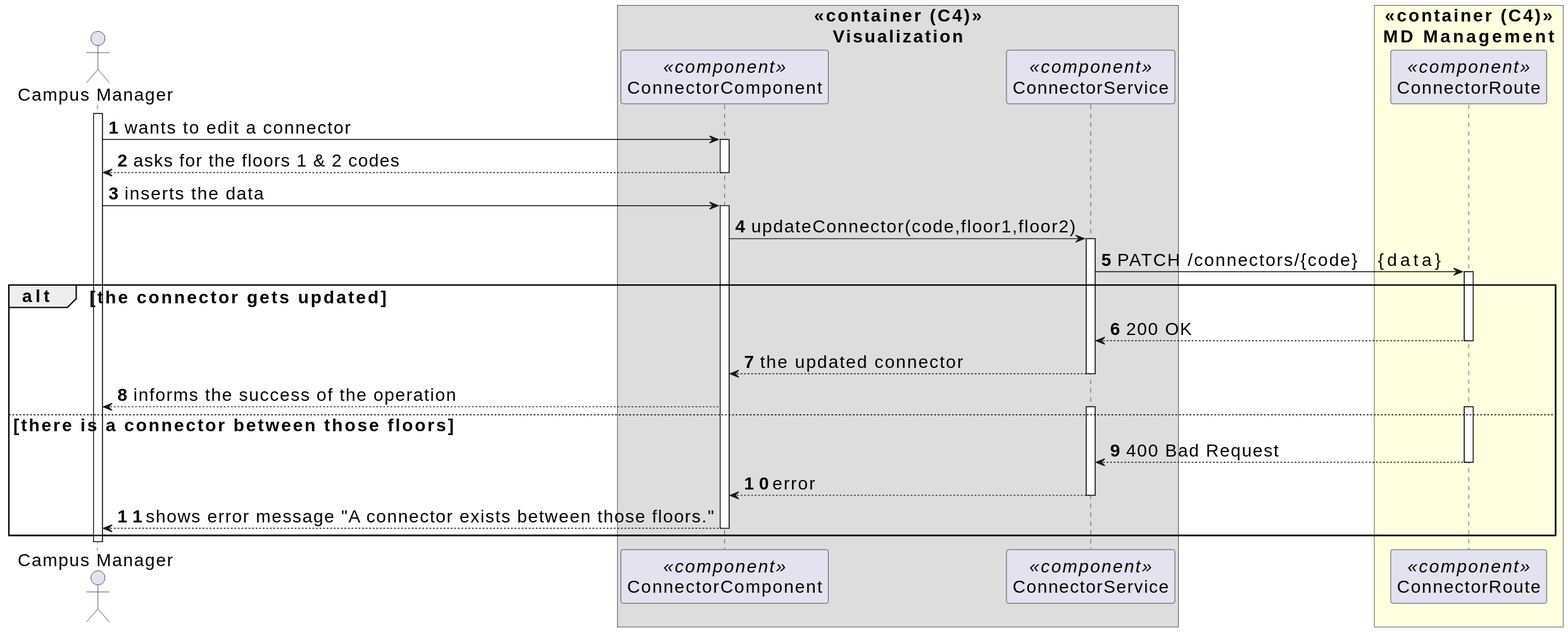
Before: _wiki/sprint-b/us34-1180/views/level-3/assets/process-view.svg, a diagram exported from PlantUML (miseEnPlace-dev/lapr5).
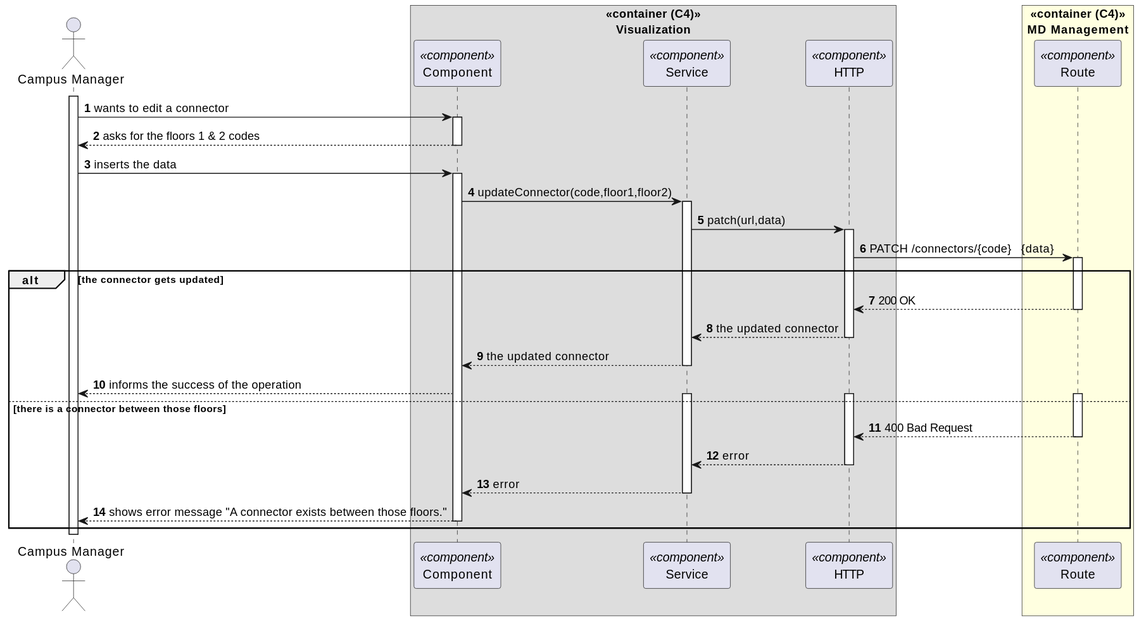
Later version of the same file.

Commit message:
docs(us1180): updated level 3 process view

The edit, as a diff of the source:
```diff
@@ -1,17 +1,17 @@
-@startuml
-skinparamlocked defaultFontSize 20
+@startuml process-view
 autonumber
 skinparam DefaultTextAlignment<<center>> center
 
 actor CM as "Campus Manager"
 
 box "«container (C4)»\nVisualization" <<center>>
-  participant C as "ConnectorComponent" <<component>>
-  participant SVC as "ConnectorService" <<component>>
+  participant C as "Component" <<component>>
+  participant SVC as "Service" <<component>>
+  participant H as "HTTP" <<component>>
 end box
 
 box "«container (C4)»\n MD Management " <<center>>#LightYellow
-  participant ROUTE as "ConnectorRoute" <<component>>
+  participant ROUTE as "Route" <<component>>
 end box
 
 activate CM
@@ -28,23 +28,33 @@
 C -> SVC : updateConnector(code,floor1,floor2)
 activate SVC
 
-SVC -> ROUTE : PATCH /connectors/{code}\t {data}
+SVC -> H : patch(url,data)
+activate H
+
+H -> ROUTE : PATCH /connectors/{code}\t {data}
 activate ROUTE
 
 alt the connector gets updated
-  SVC <-- ROUTE : 200 OK
+  H <-- ROUTE : 200 OK
   deactivate ROUTE
+
+  SVC <-- H : the updated connector
+  deactivate H
 
   C <-- SVC : the updated connector
   deactivate SVC
 
   CM <-- C : informs the success of the operation
 else there is a connector between those floors
+  activate H
   activate SVC
   activate ROUTE
 
-  SVC <-- ROUTE : 400 Bad Request
+  H <-- ROUTE : 400 Bad Request
   deactivate ROUTE
+
+  SVC <-- H : error
+  deactivate H
 
   C <-- SVC : error
   deactivate SVC
@@ -54,4 +64,5 @@
 end
 
 deactivate CM
+
 @enduml
```
